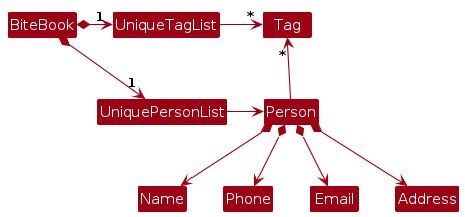
Before: diagrams/BetterModelClassDiagram.png, a diagram exported from PlantUML (AY2425S2-CS2103T-T08-1/tp). Its source is kept beside it as diagrams/BetterModelClassDiagram.puml. Its diagram source:
```plantuml
@startuml
!include style.puml
skinparam arrowThickness 1.1
skinparam arrowColor MODEL_COLOR
skinparam classBackgroundColor MODEL_COLOR

BiteBook *-right-> "1" UniquePersonList
BiteBook *-right-> "1" UniqueTagList
UniqueTagList -[hidden]down- UniquePersonList
UniqueTagList -[hidden]down- UniquePersonList

UniqueTagList -right-> "*" Tag
UniquePersonList -right-> Person

Person -up-> "*" Tag

Person *--> Name
Person *--> Phone
Person *--> Email
Person *--> Address
@enduml
```
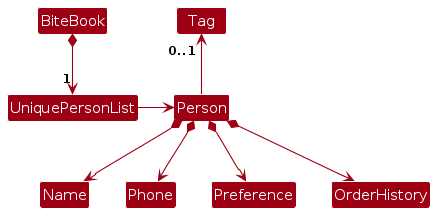
After the change.

Diff of the diagram source:
```diff
@@ -4,18 +4,14 @@
 skinparam arrowColor MODEL_COLOR
 skinparam classBackgroundColor MODEL_COLOR
 
-BiteBook *-right-> "1" UniquePersonList
-BiteBook *-right-> "1" UniqueTagList
-UniqueTagList -[hidden]down- UniquePersonList
-UniqueTagList -[hidden]down- UniquePersonList
+BiteBook *-down-> "1" UniquePersonList
 
-UniqueTagList -right-> "*" Tag
 UniquePersonList -right-> Person
 
-Person -up-> "*" Tag
+Person -up-> "0..1" Tag
 
 Person *--> Name
 Person *--> Phone
-Person *--> Email
-Person *--> Address
+Person *--> Preference
+Person *--> OrderHistory
 @enduml
```
